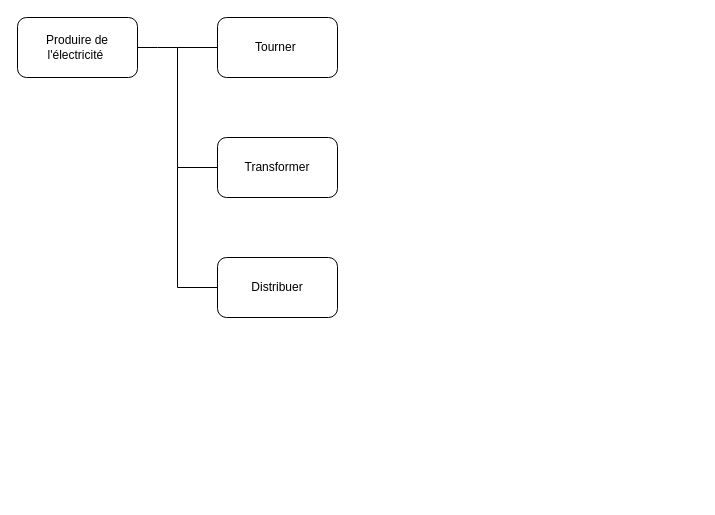
This is Untitled Diagram.drawio from Wawablm/Fast, a draw.io file, before an edit. Source tidied: cells renumbered, new cells numbered last; positions are measured from the earlier drawing's top-left corner, leaving out a move shared by most shapes. Both pictures are drawn from the tidied source at 100%, with x=0, y=0 at pixel (17, 17).
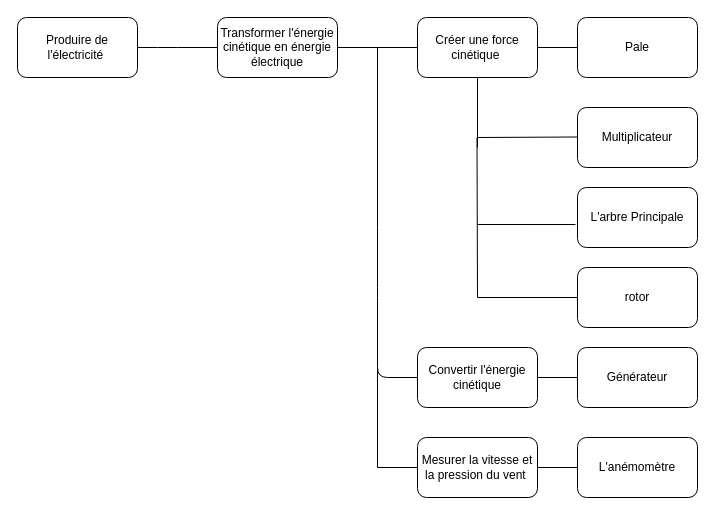
Above is the later version.

Diff of the diagram source:
```diff
@@
-    <mxCell id="4" value="Tourner&amp;nbsp;" style="rounded=1;whiteSpace=wrap;html=1;" parent="1" vertex="1">
-      <mxGeometry x="200" width="120" height="60" as="geometry" />
-    </mxCell>
-    <mxCell id="5" value="Transformer" style="rounded=1;whiteSpace=wrap;html=1;" parent="1" vertex="1">
-      <mxGeometry x="200" y="120" width="120" height="60" as="geometry" />
+    <mxCell id="5" value="Transformer l'énergie cinétique en énergie électrique" style="rounded=1;whiteSpace=wrap;html=1;" parent="1" vertex="1">
+      <mxGeometry x="200" width="120" height="60" as="geometry" />
     </mxCell>
-    <mxCell id="6" style="endArrow=none;html=1;entryX=0;entryY=0.5;entryDx=0;entryDy=0;" parent="1" edge="1" target="5">
-      <mxGeometry relative="1" as="geometry">
-        <mxPoint x="160" y="150" as="sourcePoint" />
-      </mxGeometry>
-    </mxCell>
-    <mxCell id="7" style="endArrow=none;html=1;" parent="1" edge="1">
-      <mxGeometry relative="1" as="geometry">
-        <mxPoint x="160" y="150" as="sourcePoint" />
-        <mxPoint x="160" y="30" as="targetPoint" />
-      </mxGeometry>
-    </mxCell>
-    <mxCell id="8" value="Distribuer" style="rounded=1;whiteSpace=wrap;html=1;" parent="1" vertex="1">
-      <mxGeometry x="200" y="240" width="120" height="60" as="geometry" />
-    </mxCell>
-    <mxCell id="9" style="endArrow=none;html=1;" parent="1" edge="1">
-      <mxGeometry relative="1" as="geometry">
-        <mxPoint x="160" y="150" as="sourcePoint" />
-        <mxPoint x="160" y="270" as="targetPoint" />
-      </mxGeometry>
-    </mxCell>
-    <mxCell id="10" style="endArrow=none;html=1;entryX=0;entryY=0.5;entryDx=0;entryDy=0;" parent="1" edge="1" target="8">
-      <mxGeometry relative="1" as="geometry">
-        <mxPoint x="160" y="270" as="sourcePoint" />
-      </mxGeometry>
-    </mxCell>
+    <mxCell id="11" style="endArrow=none;html=1;exitX=1;exitY=0.5;exitDx=0;exitDy=0;" parent="1" edge="1" source="5">
+      <mxGeometry relative="1" as="geometry">
+        <mxPoint x="400" y="30" as="targetPoint" />
+      </mxGeometry>
+    </mxCell>
+    <mxCell id="12" value="Créer une force cinétique&amp;nbsp;" style="rounded=1;whiteSpace=wrap;html=1;" parent="1" vertex="1">
+      <mxGeometry x="400" width="120" height="60" as="geometry" />
+    </mxCell>
+    <mxCell id="13" value="Pale" style="rounded=1;whiteSpace=wrap;html=1;" parent="1" vertex="1">
+      <mxGeometry x="560" width="120" height="60" as="geometry" />
+    </mxCell>
+    <mxCell id="14" style="endArrow=none;html=1;entryX=0;entryY=0.5;entryDx=0;entryDy=0;exitX=1;exitY=0.5;exitDx=0;exitDy=0;" parent="1" edge="1" source="12" target="13">
+      <mxGeometry relative="1" as="geometry" />
+    </mxCell>
+    <mxCell id="15" style="endArrow=none;html=1;" parent="1" edge="1">
+      <mxGeometry relative="1" as="geometry">
+        <mxPoint x="360" y="120" as="sourcePoint" />
+        <mxPoint x="360" y="30" as="targetPoint" />
+      </mxGeometry>
+    </mxCell>
+    <mxCell id="16" value="Convertir l'énergie cinétique" style="rounded=1;whiteSpace=wrap;html=1;" parent="1" vertex="1">
+      <mxGeometry x="400" y="330" width="120" height="60" as="geometry" />
+    </mxCell>
+    <mxCell id="17" style="endArrow=none;html=1;exitX=1;exitY=0.5;exitDx=0;exitDy=0;entryX=0;entryY=0.5;entryDx=0;entryDy=0;" parent="1" edge="1" source="16" target="18">
+      <mxGeometry relative="1" as="geometry" />
+    </mxCell>
+    <mxCell id="18" value="Générateur" style="rounded=1;whiteSpace=wrap;html=1;" parent="1" vertex="1">
+      <mxGeometry x="560" y="330" width="120" height="60" as="geometry" />
+    </mxCell>
+    <mxCell id="19" style="endArrow=none;html=1;" parent="1" edge="1">
+      <mxGeometry relative="1" as="geometry">
+        <mxPoint x="360" y="130" as="sourcePoint" />
+        <mxPoint x="360" y="40" as="targetPoint" />
+      </mxGeometry>
+    </mxCell>
+    <mxCell id="20" style="endArrow=none;html=1;" parent="1" edge="1">
+      <mxGeometry relative="1" as="geometry">
+        <mxPoint x="360" y="210" as="sourcePoint" />
+        <mxPoint x="360" y="120" as="targetPoint" />
+      </mxGeometry>
+    </mxCell>
+    <mxCell id="21" value="Mesurer la vitesse et la pression du vent&amp;nbsp;" style="rounded=1;whiteSpace=wrap;html=1;" parent="1" vertex="1">
+      <mxGeometry x="400" y="420" width="120" height="60" as="geometry" />
+    </mxCell>
+    <mxCell id="22" style="endArrow=none;html=1;entryX=0;entryY=0.5;entryDx=0;entryDy=0;" parent="1" edge="1" source="21" target="33">
+      <mxGeometry relative="1" as="geometry" />
+    </mxCell>
+    <mxCell id="23" value="Multiplicateur" style="rounded=1;whiteSpace=wrap;html=1;" parent="1" vertex="1">
+      <mxGeometry x="560" y="90" width="120" height="60" as="geometry" />
+    </mxCell>
+    <mxCell id="24" style="endArrow=none;html=1;" parent="1" edge="1">
+      <mxGeometry relative="1" as="geometry">
+        <mxPoint x="460" y="120" as="sourcePoint" />
+        <mxPoint x="560" y="119.5" as="targetPoint" />
+      </mxGeometry>
+    </mxCell>
+    <mxCell id="25" style="endArrow=none;html=1;entryX=0.5;entryY=1;entryDx=0;entryDy=0;" parent="1" edge="1" target="12">
+      <mxGeometry relative="1" as="geometry">
+        <mxPoint x="460" y="130" as="sourcePoint" />
+      </mxGeometry>
+    </mxCell>
+    <mxCell id="26" value="L'arbre Principale" style="rounded=1;whiteSpace=wrap;html=1;" parent="1" vertex="1">
+      <mxGeometry x="560" y="170" width="120" height="60" as="geometry" />
+    </mxCell>
+    <mxCell id="27" style="endArrow=none;html=1;" parent="1" edge="1">
+      <mxGeometry relative="1" as="geometry">
+        <mxPoint x="460" y="280" as="sourcePoint" />
+        <mxPoint x="459.5" y="120" as="targetPoint" />
+      </mxGeometry>
+    </mxCell>
+    <mxCell id="28" style="endArrow=none;html=1;entryX=-0.017;entryY=0.617;entryDx=0;entryDy=0;entryPerimeter=0;" parent="1" edge="1" target="26">
+      <mxGeometry relative="1" as="geometry">
+        <mxPoint x="460" y="207" as="sourcePoint" />
+      </mxGeometry>
+    </mxCell>
+    <mxCell id="29" style="endArrow=none;html=1;" parent="1" edge="1">
+      <mxGeometry relative="1" as="geometry">
+        <mxPoint x="360" y="280" as="sourcePoint" />
+        <mxPoint x="360" y="210" as="targetPoint" />
+        <Array as="points">
+          <mxPoint x="360" y="270" />
+          <mxPoint x="360" y="280" />
+        </Array>
+      </mxGeometry>
+    </mxCell>
+    <mxCell id="30" style="endArrow=none;html=1;entryX=0;entryY=0.5;entryDx=0;entryDy=0;" parent="1" edge="1" target="16">
+      <mxGeometry relative="1" as="geometry">
+        <mxPoint x="360" y="280" as="sourcePoint" />
+        <Array as="points">
+          <mxPoint x="360" y="360" />
+        </Array>
+      </mxGeometry>
+    </mxCell>
+    <mxCell id="31" value="rotor" style="rounded=1;whiteSpace=wrap;html=1;" parent="1" vertex="1">
+      <mxGeometry x="560" y="250" width="120" height="60" as="geometry" />
+    </mxCell>
+    <mxCell id="32" style="endArrow=none;html=1;entryX=0;entryY=0.5;entryDx=0;entryDy=0;" parent="1" edge="1" target="31">
+      <mxGeometry relative="1" as="geometry">
+        <mxPoint x="460" y="280" as="sourcePoint" />
+      </mxGeometry>
+    </mxCell>
+    <mxCell id="33" value="L'anémomètre" style="rounded=1;whiteSpace=wrap;html=1;" parent="1" vertex="1">
+      <mxGeometry x="560" y="420" width="120" height="60" as="geometry" />
+    </mxCell>
+    <mxCell id="34" style="endArrow=none;html=1;" parent="1" edge="1">
+      <mxGeometry relative="1" as="geometry">
+        <mxPoint x="360" y="450" as="sourcePoint" />
+        <mxPoint x="360" y="350" as="targetPoint" />
+      </mxGeometry>
+    </mxCell>
+    <mxCell id="35" style="endArrow=none;html=1;entryX=0;entryY=0.5;entryDx=0;entryDy=0;" parent="1" edge="1" target="21">
+      <mxGeometry relative="1" as="geometry">
+        <mxPoint x="360" y="450" as="sourcePoint" />
+      </mxGeometry>
+    </mxCell>
```
